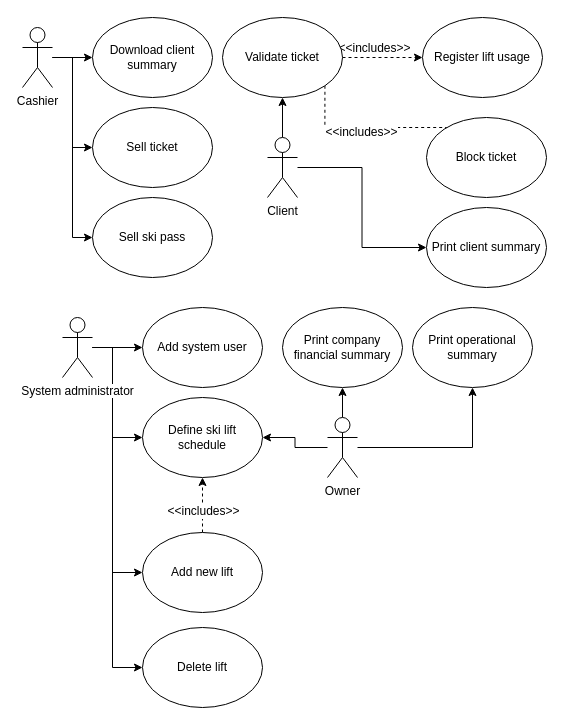
Earlier version of the draw.io diagram UMLs Reqs and project analysis/use-case.drawio (wsmaga/AEII_2020_BD2_Smaga_Narciarstwo). Source tidied: cells renumbered, new cells numbered last; positions are measured from the earlier drawing's top-left corner, leaving out a move shared by most shapes. Both pictures are drawn from the tidied source at 100%, with x=0, y=0 at pixel (22, 17).
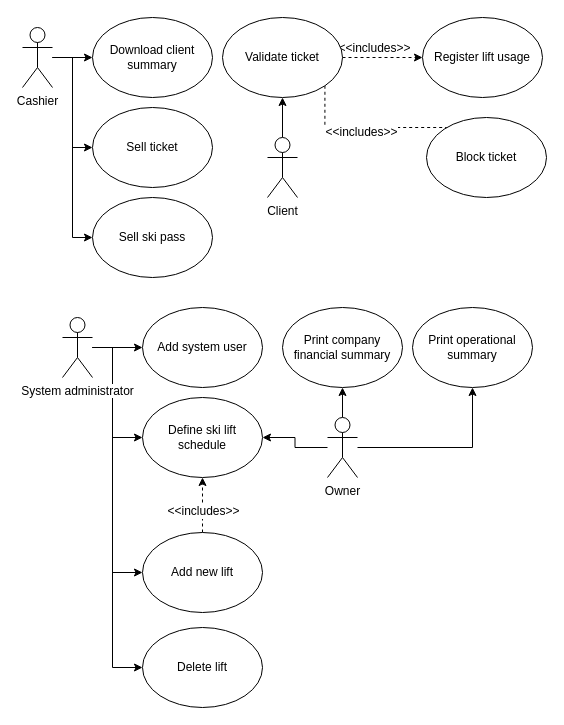
The same diagram, later.

Commit message (it also covers changes not shown here):
Use-case diagram v1.1 - client can no longer print his summary, only cashier can do that for him.

Unchanged cells that the change refers to:
```xml
<mxCell id="26" value="Client" style="shape=umlActor;verticalLabelPosition=bottom;labelBackgroundColor=#ffffff;verticalAlign=top;html=1;outlineConnect=0;" parent="1" vertex="1">
  <mxGeometry x="245" y="120" width="30" height="60" as="geometry" />
</mxCell>
```

Diff of the diagram source:
```diff
@@
-    <mxCell id="25" style="edgeStyle=orthogonalEdgeStyle;rounded=0;jettySize=auto;html=1;entryX=0;entryY=0.5;entryDx=0;entryDy=0;" parent="1" edge="1" source="26" target="36">
-      <mxGeometry relative="1" as="geometry" />
-    </mxCell>
@@
-    <mxCell id="36" value="Print client summary" style="ellipse;whiteSpace=wrap;html=1;" parent="1" vertex="1">
-      <mxGeometry x="404" y="190" width="120" height="80" as="geometry" />
-    </mxCell>
```
